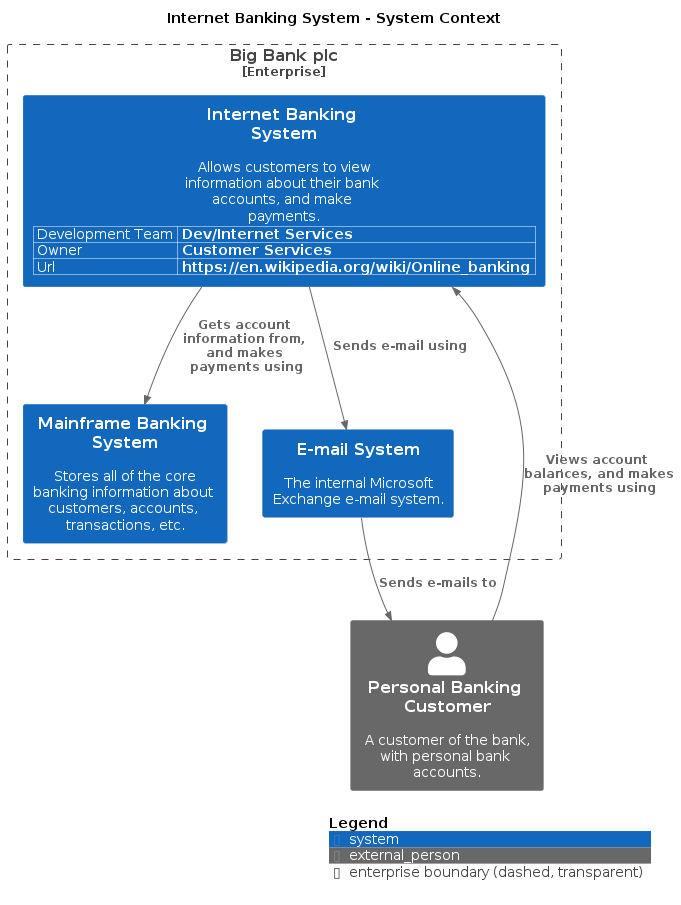
Above: main/png/SystemContext.png in avisi-cloud/structurizr-site-generatr (PlantUML), before the change.
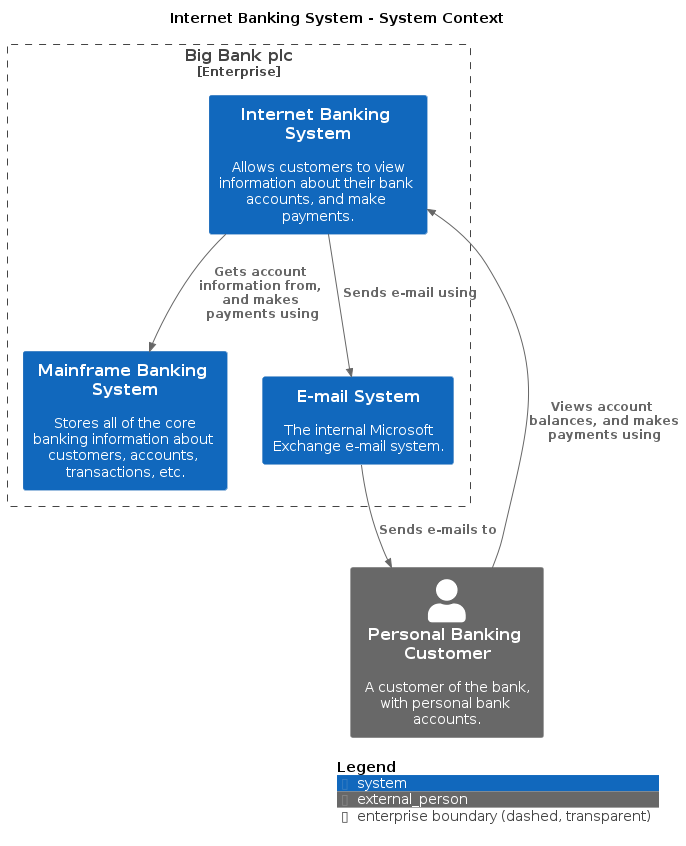
Above is the later version.

The edit, as a diff of the source:
```diff
@@ -7,13 +7,9 @@
 !include /home/runner/work/structurizr-site-generatr/structurizr-site-generatr/build/puml-cache/C4_Context.puml
 
 Enterprise_Boundary(enterprise, "Big Bank plc") {
-  System(MainframeBankingSystem, "Mainframe Banking System", "Stores all of the core banking information about customers, accounts, transactions, etc.", $tags="")[[/main/mainframe-banking-system/context/]]
-  System(EmailSystem, "E-mail System", "The internal Microsoft Exchange e-mail system.", $tags="")[[/main/e-mail-system/context/]]
-  WithoutPropertyHeader()
-  AddProperty("Development Team","Dev/Internet Services")
-  AddProperty("Owner","Customer Services")
-  AddProperty("Url","https://en.wikipedia.org/wiki/Online_banking")
-  System(InternetBankingSystem, "Internet Banking System", "Allows customers to view information about their bank accounts, and make payments.", $tags="")
+  System(MainframeBankingSystem, "Mainframe Banking System", "Stores all of the core banking information about customers, accounts, transactions, etc.", $tags="")
+  System(EmailSystem, "E-mail System", "The internal Microsoft Exchange e-mail system.", $tags="")
+  System(InternetBankingSystem, "Internet Banking System", "Allows customers to view information about their bank accounts, and make payments.", $tags="")[[https://en.wikipedia.org/wiki/Online_banking]]
 }
 
 Person_Ext(PersonalBankingCustomer, "Personal Banking Customer", "A customer of the bank, with personal bank accounts.", $tags="")
```
